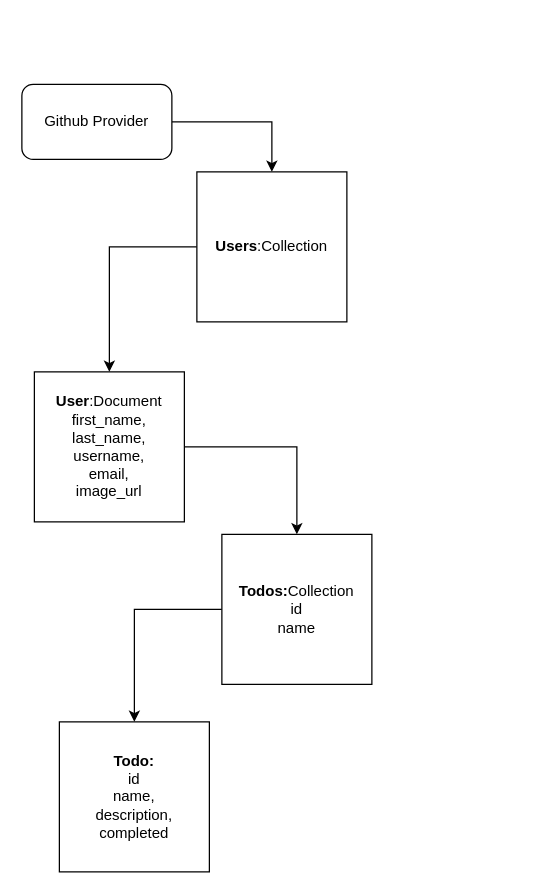
Above: UI/Basic_Todo_App_DB_Firebase.drawio in NorbertoStudios/Basic_Todo_App (draw.io), before the change. Source tidied: cells renumbered, new cells numbered last; positions are measured from the earlier drawing's top-left corner, leaving out a move shared by most shapes. Both pictures are drawn from the tidied source at 125%, with x=0, y=0 at pixel (21, 84).
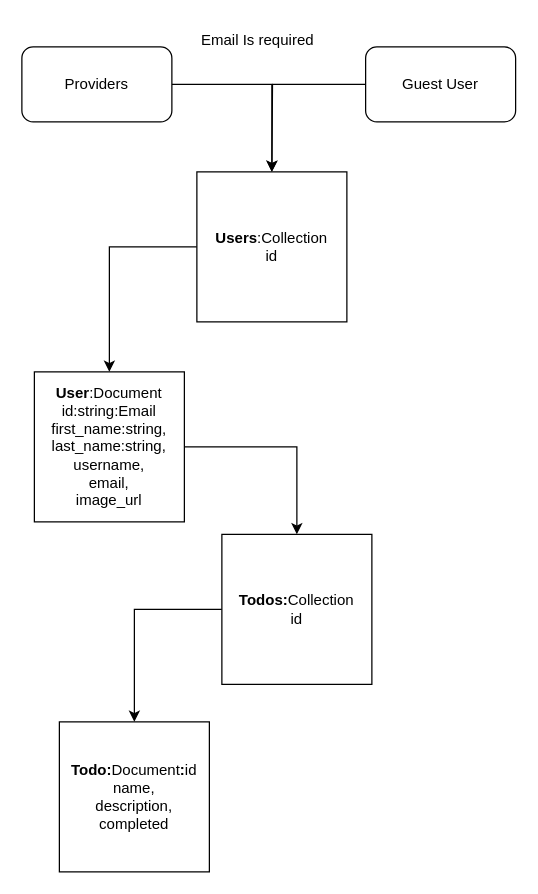
The same diagram, later.

Commit message (it also covers changes not shown here):
added mongodb to fetch todos

Change to the diagram source:
```diff
@@
 <mxGraphModel>
   <root>
     <mxCell id="0" />
     <mxCell id="1" parent="0" />
     <mxCell id="2" style="edgeStyle=orthogonalEdgeStyle;rounded=0;jettySize=auto;html=1;exitX=1;exitY=0.5;exitDx=0;exitDy=0;" parent="1" edge="1" source="9" target="8">
       <mxGeometry relative="1" as="geometry" />
     </mxCell>
     <mxCell id="3" style="edgeStyle=orthogonalEdgeStyle;rounded=0;jettySize=auto;html=1;" parent="1" edge="1" source="4" target="9">
       <mxGeometry relative="1" as="geometry" />
     </mxCell>
-    <mxCell id="4" value="&lt;b&gt;Users&lt;/b&gt;:Collection" style="whiteSpace=wrap;html=1;" parent="1" vertex="1">
+    <mxCell id="4" value="&lt;b&gt;Users&lt;/b&gt;:Collection&lt;br&gt;id" style="whiteSpace=wrap;html=1;" parent="1" vertex="1">
       <mxGeometry x="140" y="70" width="120" height="120" as="geometry" />
     </mxCell>
     <mxCell id="5" style="edgeStyle=orthogonalEdgeStyle;rounded=0;jettySize=auto;html=1;" parent="1" edge="1" source="6" target="4">
       <mxGeometry relative="1" as="geometry" />
     </mxCell>
-    <mxCell id="6" value="Github Provider" style="rounded=1;whiteSpace=wrap;html=1;" parent="1" vertex="1">
-      <mxGeometry width="120" height="60" as="geometry" />
+    <mxCell id="6" value="Providers" style="rounded=1;whiteSpace=wrap;html=1;" parent="1" vertex="1">
+      <mxGeometry y="-30" width="120" height="60" as="geometry" />
     </mxCell>
     <mxCell id="7" style="edgeStyle=orthogonalEdgeStyle;rounded=0;jettySize=auto;html=1;" parent="1" edge="1" source="8" target="10">
       <mxGeometry relative="1" as="geometry" />
     </mxCell>
-    <mxCell id="8" value="&lt;b&gt;Todos:&lt;/b&gt;Collection&lt;br&gt;id&lt;br&gt;name" style="whiteSpace=wrap;html=1;" parent="1" vertex="1">
+    <mxCell id="8" value="&lt;b&gt;Todos:&lt;/b&gt;Collection&lt;br&gt;id" style="whiteSpace=wrap;html=1;" parent="1" vertex="1">
       <mxGeometry x="160" y="360" width="120" height="120" as="geometry" />
     </mxCell>
-    <mxCell id="9" value="&lt;b&gt;User&lt;/b&gt;:Document&lt;br&gt;first_name,&lt;br&gt;last_name,&lt;br&gt;username,&lt;br&gt;email,&lt;br&gt;image_url" style="whiteSpace=wrap;html=1;" parent="1" vertex="1">
+    <mxCell id="9" value="&lt;b&gt;User&lt;/b&gt;:Document&lt;br&gt;id:string:Email&lt;br&gt;first_name:string,&lt;br&gt;last_name:string,&lt;br&gt;username,&lt;br&gt;email,&lt;br&gt;image_url" style="whiteSpace=wrap;html=1;" parent="1" vertex="1">
       <mxGeometry x="10" y="230" width="120" height="120" as="geometry" />
     </mxCell>
-    <mxCell id="10" value="&lt;b&gt;Todo:&lt;br&gt;&lt;/b&gt;id&lt;br&gt;name,&lt;br&gt;description,&lt;br&gt;completed" style="whiteSpace=wrap;html=1;" parent="1" vertex="1">
+    <mxCell id="10" value="&lt;b&gt;Todo:&lt;/b&gt;Document&lt;b&gt;:&lt;/b&gt;id&lt;br&gt;name,&lt;br&gt;description,&lt;br&gt;completed" style="whiteSpace=wrap;html=1;" parent="1" vertex="1">
       <mxGeometry x="30" y="510" width="120" height="120" as="geometry" />
     </mxCell>
+    <mxCell id="11" style="edgeStyle=orthogonalEdgeStyle;rounded=0;jettySize=auto;html=1;" parent="1" edge="1" source="12">
+      <mxGeometry relative="1" as="geometry">
+        <mxPoint x="200" y="70" as="targetPoint" />
+      </mxGeometry>
+    </mxCell>
+    <mxCell id="12" value="Guest User" style="rounded=1;whiteSpace=wrap;html=1;" parent="1" vertex="1">
+      <mxGeometry x="275" y="-30" width="120" height="60" as="geometry" />
+    </mxCell>
+    <mxCell id="13" value="Email Is required&amp;nbsp;" style="text;html=1;align=center;verticalAlign=middle;strokeColor=none;fillColor=none;" parent="1" vertex="1">
+      <mxGeometry x="130" y="-50" width="120" height="30" as="geometry" />
+    </mxCell>
   </root>
 </mxGraphModel>
```
